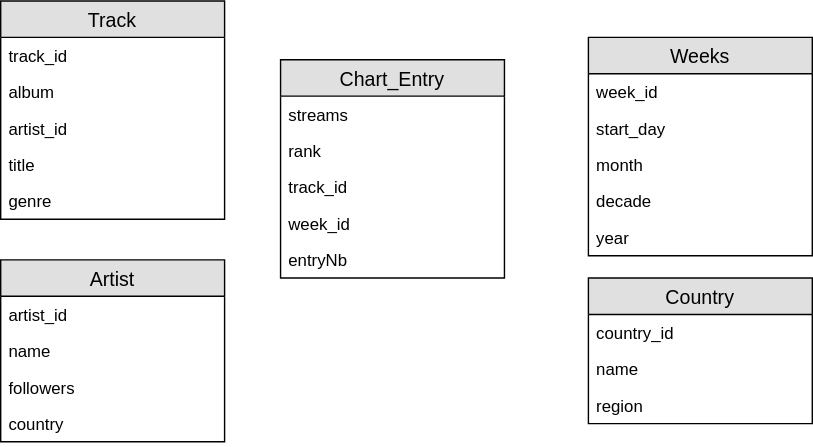
This is figures/ER1.svg from AlexChanson/DW, a draw.io export, as it was before one commit. Source tidied: cells renumbered, new cells last; positions are measured from the earlier drawing's top-left corner, leaving out a move shared by most shapes.
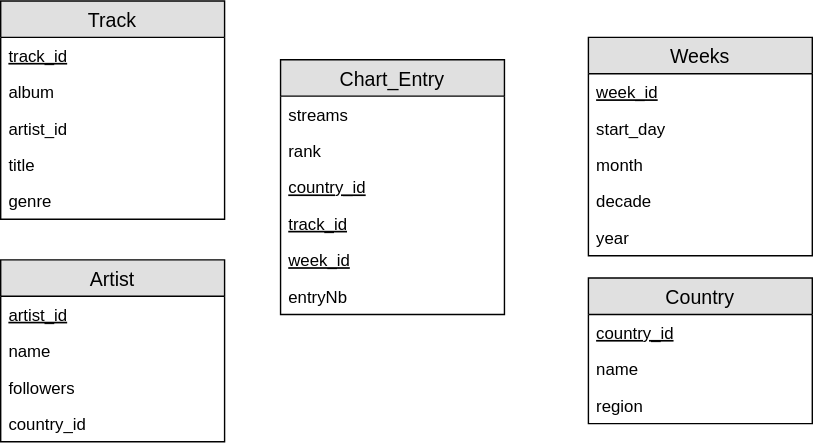
Later version of the same file.

The edit, as a diff of the source:
```diff
@@ -3,7 +3,7 @@
     <mxCell id="0" />
     <mxCell id="1" parent="0" />
     <mxCell id="2" value="Chart_Entry" style="swimlane;fontStyle=0;horizontal=1;startSize=26;fillColor=#e0e0e0;swimlaneFillColor=#ffffff;align=center;fontSize=14;" parent="1" vertex="1">
-      <mxGeometry x="200" y="42" width="160" height="156" as="geometry" />
+      <mxGeometry x="200" y="42" width="160" height="182" as="geometry" />
     </mxCell>
     <mxCell id="3" value="streams" style="text;strokeColor=none;fillColor=none;spacingLeft=4;spacingRight=4;overflow=hidden;fontSize=12;" parent="2" vertex="1">
       <mxGeometry y="26" width="160" height="26" as="geometry" />
@@ -11,19 +11,22 @@
     <mxCell id="4" value="rank" style="text;strokeColor=none;fillColor=none;spacingLeft=4;spacingRight=4;overflow=hidden;fontSize=12;" parent="2" vertex="1">
       <mxGeometry y="52" width="160" height="26" as="geometry" />
     </mxCell>
+    <mxCell id="29" value="country_id" style="text;strokeColor=none;fillColor=none;spacingLeft=4;spacingRight=4;overflow=hidden;fontSize=12;fontStyle=4;" parent="2" vertex="1">
+      <mxGeometry y="78" width="160" height="26" as="geometry" />
+    </mxCell>
-    <mxCell id="5" value="track_id" style="text;strokeColor=none;fillColor=none;spacingLeft=4;spacingRight=4;overflow=hidden;fontSize=12;" parent="2" vertex="1">
-      <mxGeometry y="78" width="160" height="26" as="geometry" />
+    <mxCell id="5" value="track_id" style="text;strokeColor=none;fillColor=none;spacingLeft=4;spacingRight=4;overflow=hidden;fontSize=12;fontStyle=4;" parent="2" vertex="1">
+      <mxGeometry y="104" width="160" height="26" as="geometry" />
     </mxCell>
-    <mxCell id="6" value="week_id" style="text;strokeColor=none;fillColor=none;spacingLeft=4;spacingRight=4;overflow=hidden;fontSize=12;" parent="2" vertex="1">
-      <mxGeometry y="104" width="160" height="26" as="geometry" />
+    <mxCell id="6" value="week_id" style="text;strokeColor=none;fillColor=none;spacingLeft=4;spacingRight=4;overflow=hidden;fontSize=12;fontStyle=4;" parent="2" vertex="1">
+      <mxGeometry y="130" width="160" height="26" as="geometry" />
     </mxCell>
     <mxCell id="7" value="entryNb" style="text;strokeColor=none;fillColor=none;spacingLeft=4;spacingRight=4;overflow=hidden;fontSize=12;" parent="2" vertex="1">
-      <mxGeometry y="130" width="160" height="26" as="geometry" />
+      <mxGeometry y="156" width="160" height="26" as="geometry" />
     </mxCell>
     <mxCell id="8" value="Track" style="swimlane;fontStyle=0;horizontal=1;startSize=26;fillColor=#e0e0e0;swimlaneFillColor=#ffffff;align=center;fontSize=14;" parent="1" vertex="1">
       <mxGeometry width="160" height="156" as="geometry" />
     </mxCell>
-    <mxCell id="9" value="track_id" style="text;strokeColor=none;fillColor=none;spacingLeft=4;spacingRight=4;overflow=hidden;fontSize=12;" parent="8" vertex="1">
+    <mxCell id="9" value="track_id" style="text;strokeColor=none;fillColor=none;spacingLeft=4;spacingRight=4;overflow=hidden;fontSize=12;fontStyle=4;" parent="8" vertex="1">
       <mxGeometry y="26" width="160" height="26" as="geometry" />
     </mxCell>
     <mxCell id="10" value="album" style="text;strokeColor=none;fillColor=none;spacingLeft=4;spacingRight=4;overflow=hidden;fontSize=12;" parent="8" vertex="1">
@@ -41,7 +44,7 @@
     <mxCell id="14" value="Artist" style="swimlane;fontStyle=0;horizontal=1;startSize=26;fillColor=#e0e0e0;swimlaneFillColor=#ffffff;align=center;fontSize=14;" parent="1" vertex="1">
       <mxGeometry y="185" width="160" height="130" as="geometry" />
     </mxCell>
-    <mxCell id="15" value="artist_id" style="text;strokeColor=none;fillColor=none;spacingLeft=4;spacingRight=4;overflow=hidden;fontSize=12;" parent="14" vertex="1">
+    <mxCell id="15" value="artist_id" style="text;strokeColor=none;fillColor=none;spacingLeft=4;spacingRight=4;overflow=hidden;fontSize=12;fontStyle=4;" parent="14" vertex="1">
       <mxGeometry y="26" width="160" height="26" as="geometry" />
     </mxCell>
     <mxCell id="16" value="name" style="text;strokeColor=none;fillColor=none;spacingLeft=4;spacingRight=4;overflow=hidden;fontSize=12;" parent="14" vertex="1">
@@ -50,13 +53,13 @@
     <mxCell id="17" value="followers" style="text;strokeColor=none;fillColor=none;spacingLeft=4;spacingRight=4;overflow=hidden;fontSize=12;" parent="14" vertex="1">
       <mxGeometry y="78" width="160" height="26" as="geometry" />
     </mxCell>
-    <mxCell id="18" value="country" style="text;strokeColor=none;fillColor=none;spacingLeft=4;spacingRight=4;overflow=hidden;fontSize=12;" parent="14" vertex="1">
+    <mxCell id="18" value="country_id" style="text;strokeColor=none;fillColor=none;spacingLeft=4;spacingRight=4;overflow=hidden;fontSize=12;" parent="14" vertex="1">
       <mxGeometry y="104" width="160" height="26" as="geometry" />
     </mxCell>
     <mxCell id="19" value="Country" style="swimlane;fontStyle=0;horizontal=1;startSize=26;fillColor=#e0e0e0;swimlaneFillColor=#ffffff;align=center;fontSize=14;" parent="1" vertex="1">
       <mxGeometry x="420" y="198" width="160" height="104" as="geometry" />
     </mxCell>
-    <mxCell id="20" value="country_id" style="text;strokeColor=none;fillColor=none;spacingLeft=4;spacingRight=4;overflow=hidden;fontSize=12;" parent="19" vertex="1">
+    <mxCell id="20" value="country_id" style="text;strokeColor=none;fillColor=none;spacingLeft=4;spacingRight=4;overflow=hidden;fontSize=12;fontStyle=4;" parent="19" vertex="1">
       <mxGeometry y="26" width="160" height="26" as="geometry" />
     </mxCell>
     <mxCell id="21" value="name" style="text;strokeColor=none;fillColor=none;spacingLeft=4;spacingRight=4;overflow=hidden;fontSize=12;" parent="19" vertex="1">
@@ -68,7 +71,7 @@
     <mxCell id="23" value="Weeks" style="swimlane;fontStyle=0;horizontal=1;startSize=26;fillColor=#e0e0e0;swimlaneFillColor=#ffffff;align=center;fontSize=14;" parent="1" vertex="1">
       <mxGeometry x="420" y="26" width="160" height="156" as="geometry" />
     </mxCell>
-    <mxCell id="24" value="week_id" style="text;strokeColor=none;fillColor=none;spacingLeft=4;spacingRight=4;overflow=hidden;fontSize=12;" parent="23" vertex="1">
+    <mxCell id="24" value="week_id" style="text;strokeColor=none;fillColor=none;spacingLeft=4;spacingRight=4;overflow=hidden;fontSize=12;fontStyle=4;" parent="23" vertex="1">
       <mxGeometry y="26" width="160" height="26" as="geometry" />
     </mxCell>
     <mxCell id="25" value="start_day" style="text;strokeColor=none;fillColor=none;spacingLeft=4;spacingRight=4;overflow=hidden;fontSize=12;" parent="23" vertex="1">
```
